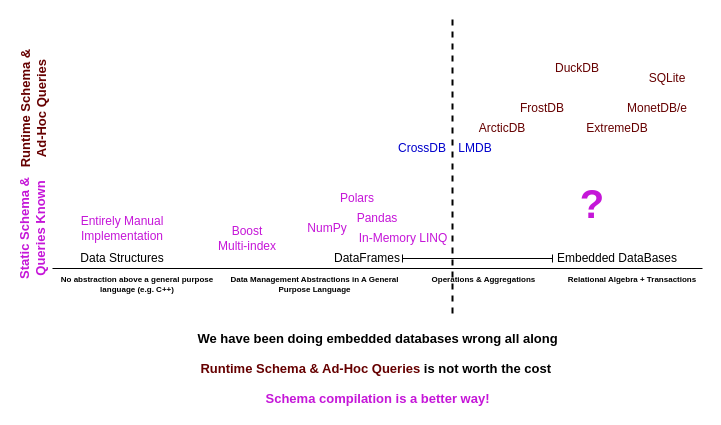
The draw.io diagram papers/oliverkillane_presentation/diagrams/problem_space.drawio in OliverKillane/emDB, before the edit. Source tidied: cells renumbered, new cells numbered last; positions are measured from the earlier drawing's top-left corner, leaving out a move shared by most shapes. Both pictures are drawn from the tidied source at 100%, with x=0, y=0 at pixel (-42, 18).
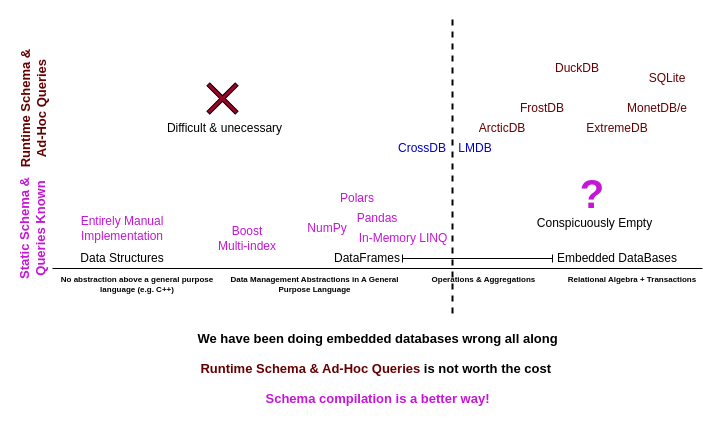
Above is the later version.

Commit message (it also covers changes not shown here):
final diagrams for slides

Diff of the diagram source:
```diff
@@
     <mxCell id="31" value="&lt;font style=&quot;font-size: 40px;&quot;&gt;&lt;b style=&quot;font-size: 40px;&quot;&gt;?&lt;/b&gt;&lt;/font&gt;" style="text;html=1;strokeColor=none;fillColor=none;align=center;verticalAlign=middle;whiteSpace=wrap;rounded=0;fontSize=40;fontColor=#C516D8;" parent="1" vertex="1">
-      <mxGeometry x="604" y="170" width="60" height="30" as="geometry" />
+      <mxGeometry x="604" y="160" width="60" height="30" as="geometry" />
     </mxCell>
+    <mxCell id="32" style="shape=cross;whiteSpace=wrap;html=1;size=0.09913877289870499;rotation=-45;fillColor=#a20025;fontColor=#ffffff;strokeColor=#000000;" parent="1" vertex="1">
+      <mxGeometry x="244" y="60" width="40" height="40" as="geometry" />
+    </mxCell>
+    <mxCell id="33" value="Difficult &amp;amp; unecessary" style="text;html=1;strokeColor=none;fillColor=none;align=center;verticalAlign=middle;whiteSpace=wrap;rounded=0;fontColor=#000000;" parent="1" vertex="1">
+      <mxGeometry x="189" y="95" width="155" height="30" as="geometry" />
+    </mxCell>
+    <mxCell id="34" value="Conspicuously Empty" style="text;html=1;strokeColor=none;fillColor=none;align=center;verticalAlign=middle;whiteSpace=wrap;rounded=0;fontColor=#000000;" parent="1" vertex="1">
+      <mxGeometry x="559" y="190" width="155" height="30" as="geometry" />
+    </mxCell>
```
